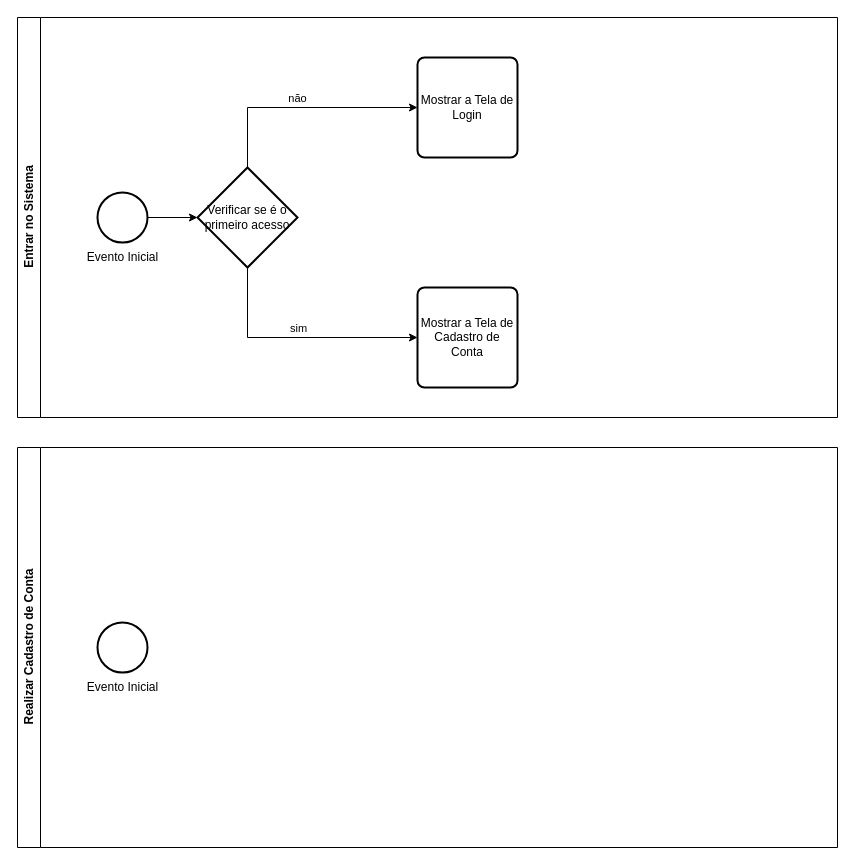
Earlier version of the draw.io diagram docs/business-processes.diagram.drawio (Danrley-Ruan-Saquetti/esliph-finance). Source tidied: cells renumbered, new cells numbered last; positions are measured from the earlier drawing's top-left corner, leaving out a move shared by most shapes. Both pictures are drawn from the tidied source at 100%, with x=0, y=0 at pixel (17, 17).
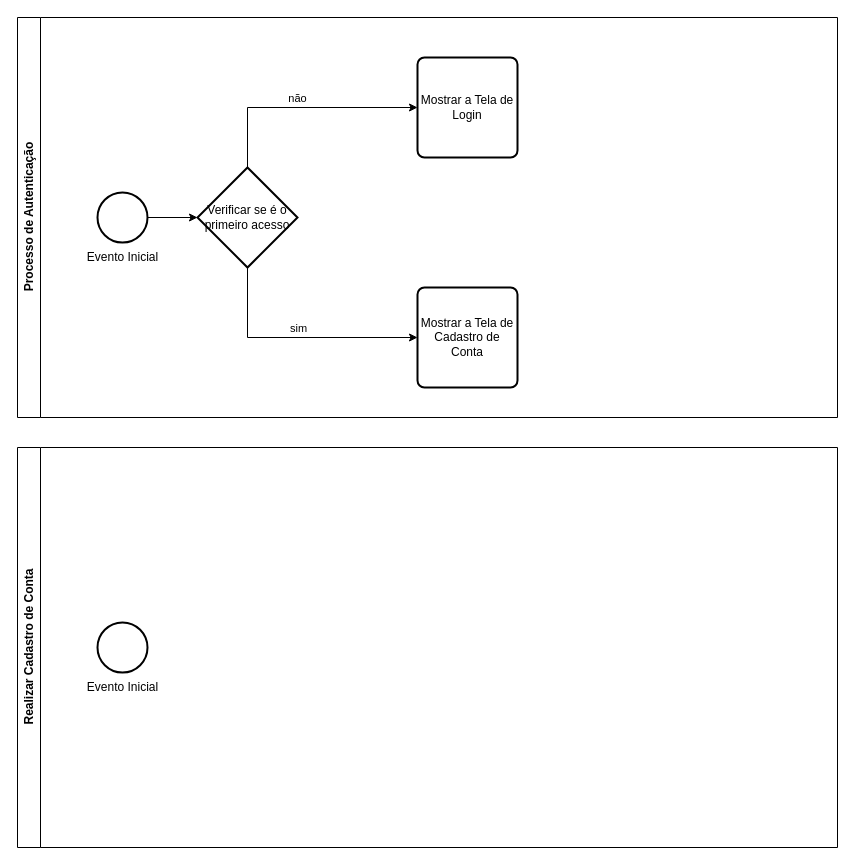
The same page after the edit.

Change to the diagram source:
```diff
@@
 <mxGraphModel>
   <root>
     <mxCell id="0" />
     <mxCell id="1" parent="0" />
-    <mxCell id="2" value="Entrar no Sistema" style="swimlane;horizontal=0;whiteSpace=wrap;html=1;" parent="1" vertex="1">
+    <mxCell id="2" value="Processo de Autenticação" style="swimlane;horizontal=0;whiteSpace=wrap;html=1;" parent="1" vertex="1">
       <mxGeometry width="820" height="400" as="geometry" />
     </mxCell>
     <mxCell id="3" style="edgeStyle=orthogonalEdgeStyle;rounded=0;jettySize=auto;html=1;entryX=0;entryY=0.5;entryDx=0;entryDy=0;entryPerimeter=0;" parent="2" edge="1" source="4" target="9">
       <mxGeometry relative="1" as="geometry" />
     </mxCell>
     <mxCell id="4" style="strokeWidth=2;html=1;shape=mxgraph.flowchart.start_2;whiteSpace=wrap;" parent="2" vertex="1">
       <mxGeometry x="80" y="175" width="50" height="50" as="geometry" />
     </mxCell>
     <mxCell id="5" style="edgeStyle=orthogonalEdgeStyle;rounded=0;jettySize=auto;html=1;entryX=0;entryY=0.5;entryDx=0;entryDy=0;exitX=0.5;exitY=0;exitDx=0;exitDy=0;exitPerimeter=0;" parent="2" edge="1" source="9" target="10">
       <mxGeometry relative="1" as="geometry" />
     </mxCell>
     <mxCell id="6" value="não" style="edgeLabel;html=1;align=center;verticalAlign=middle;" parent="5" vertex="1">
       <mxGeometry x="-0.04" y="4" relative="1" as="geometry">
         <mxPoint x="-1" y="-6" as="offset" />
       </mxGeometry>
     </mxCell>
     <mxCell id="7" style="edgeStyle=orthogonalEdgeStyle;rounded=0;jettySize=auto;html=1;entryX=0;entryY=0.5;entryDx=0;entryDy=0;" parent="2" edge="1" source="9" target="12">
       <mxGeometry relative="1" as="geometry">
         <Array as="points">
           <mxPoint x="230" y="320" />
         </Array>
       </mxGeometry>
     </mxCell>
     <mxCell id="8" value="sim" style="edgeLabel;html=1;align=center;verticalAlign=middle;" parent="7" vertex="1">
       <mxGeometry x="0.56" y="-3" relative="1" as="geometry">
         <mxPoint x="-67" y="-13" as="offset" />
       </mxGeometry>
     </mxCell>
     <mxCell id="9" value="Verificar se é o primeiro acesso" style="strokeWidth=2;html=1;shape=mxgraph.flowchart.decision;whiteSpace=wrap;" parent="2" vertex="1">
       <mxGeometry x="180" y="150" width="100" height="100" as="geometry" />
     </mxCell>
     <mxCell id="10" value="Mostrar a Tela de Login" style="rounded=1;whiteSpace=wrap;html=1;absoluteArcSize=1;arcSize=14;strokeWidth=2;" parent="2" vertex="1">
       <mxGeometry x="400" y="40" width="100" height="100" as="geometry" />
     </mxCell>
     <mxCell id="11" value="Evento Inicial" style="text;html=1;align=center;verticalAlign=middle;strokeColor=none;fillColor=none;" parent="2" vertex="1">
       <mxGeometry x="60" y="225" width="90" height="30" as="geometry" />
     </mxCell>
     <mxCell id="12" value="Mostrar a Tela de Cadastro de Conta" style="rounded=1;whiteSpace=wrap;html=1;absoluteArcSize=1;arcSize=14;strokeWidth=2;" parent="2" vertex="1">
       <mxGeometry x="400" y="270" width="100" height="100" as="geometry" />
     </mxCell>
     <mxCell id="13" value="Realizar Cadastro de Conta" style="swimlane;horizontal=0;whiteSpace=wrap;html=1;" parent="1" vertex="1">
       <mxGeometry y="430" width="820" height="400" as="geometry" />
     </mxCell>
     <mxCell id="14" style="strokeWidth=2;html=1;shape=mxgraph.flowchart.start_2;whiteSpace=wrap;" parent="13" vertex="1">
       <mxGeometry x="80" y="175" width="50" height="50" as="geometry" />
     </mxCell>
     <mxCell id="15" value="Evento Inicial" style="text;html=1;align=center;verticalAlign=middle;strokeColor=none;fillColor=none;" parent="13" vertex="1">
       <mxGeometry x="60" y="225" width="90" height="30" as="geometry" />
     </mxCell>
   </root>
 </mxGraphModel>
```
